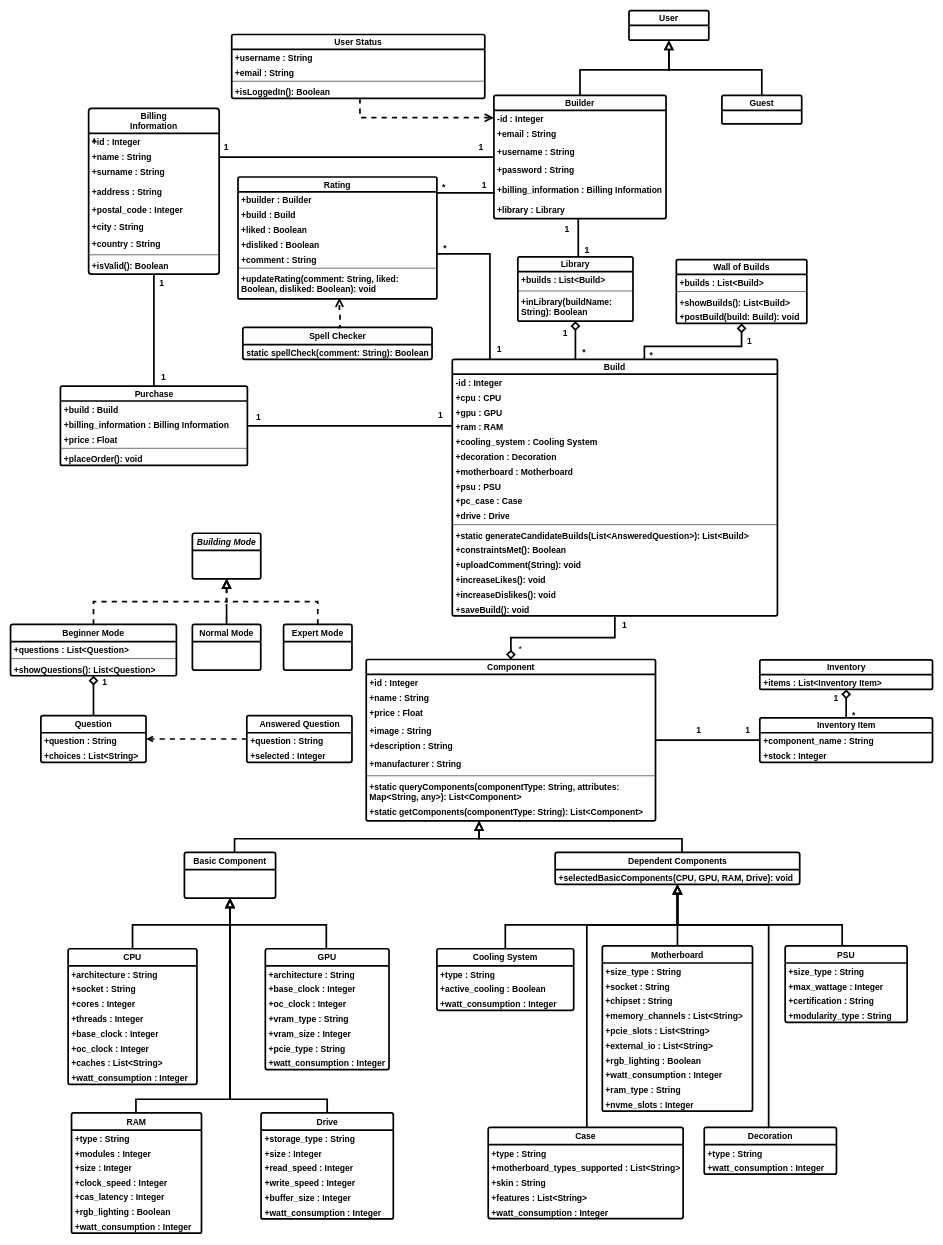
The draw.io diagram Report Files/3ο Παραδοτέο/Class Diagram v0.1/class_diagram_v0.1.drawio in mpapasterg/click-n-build, before the edit. Source tidied: cells renumbered, new cells numbered last; positions are measured from the earlier drawing's top-left corner, leaving out a move shared by most shapes. Both pictures are drawn from the tidied source at 57%, with x=0, y=0 at pixel (10, 10).
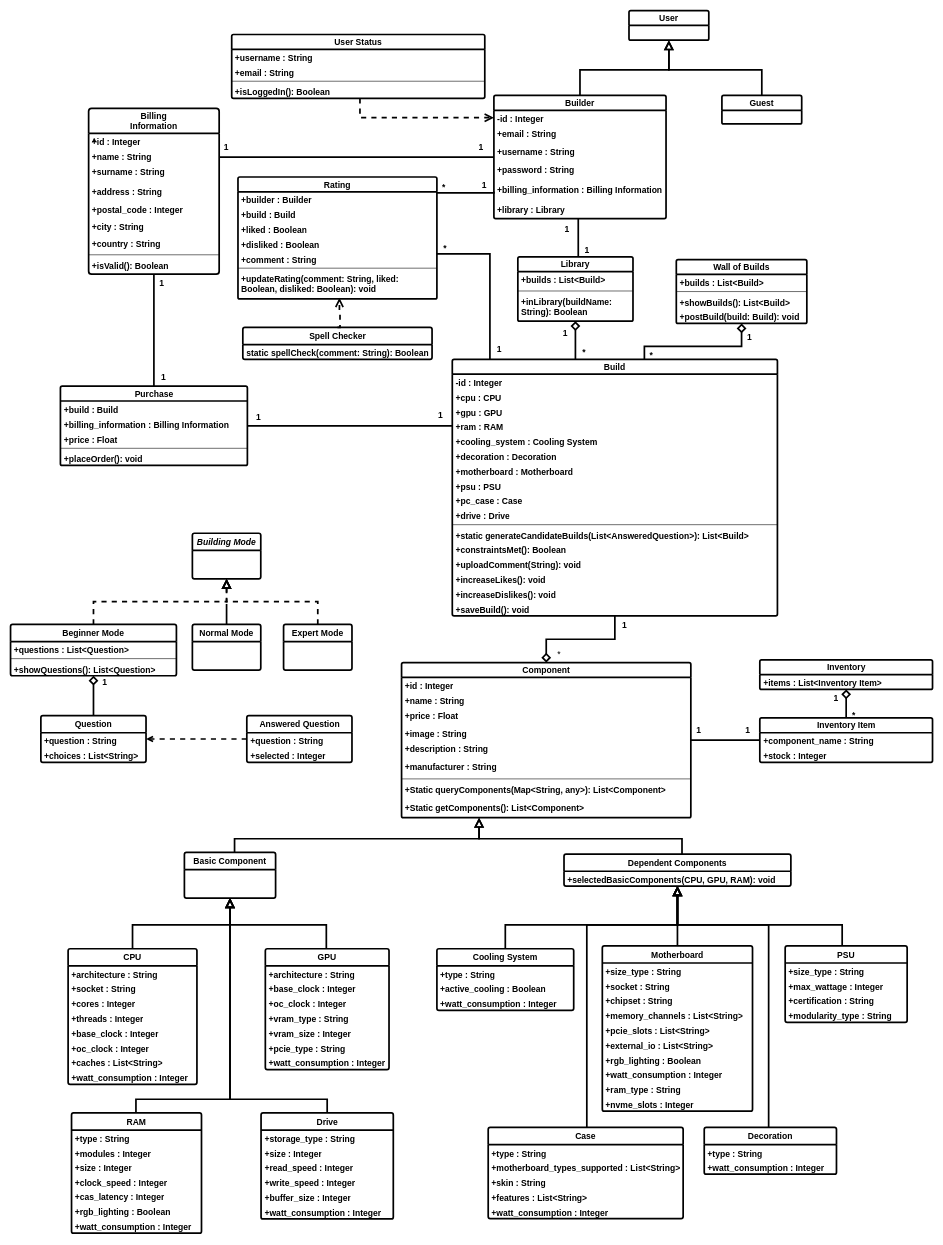
Above is the later version.

Commit message (it also covers changes not shown here):
latest versions of db and class diagram

What changed in the source:
```diff
@@
     <mxCell id="56" value="Component" style="swimlane;fontStyle=1;horizontal=1;startSize=26;fillColor=none;whiteSpace=wrap;html=1;rounded=1;shadow=0;dashed=0;strokeColor=#000000;strokeWidth=3;align=center;verticalAlign=middle;arcSize=4;fontFamily=Helvetica;fontSize=15;fontColor=#000000;labelBorderColor=none;labelBackgroundColor=none;textShadow=0;" parent="1" vertex="1">
-      <mxGeometry x="624" y="1138.5" width="507.5" height="283" as="geometry" />
+      <mxGeometry x="686" y="1144" width="507.5" height="272" as="geometry" />
     </mxCell>
@@
-    <mxCell id="64" value="+static queryComponents(componentType: String, attributes: Map&amp;lt;String, any&amp;gt;): List&amp;lt;Component&amp;gt;" style="text;strokeColor=none;fillColor=none;align=left;verticalAlign=top;spacingLeft=4;spacingRight=4;overflow=hidden;whiteSpace=wrap;html=1;fontFamily=Helvetica;fontSize=15;fontColor=#000000;fontStyle=1;labelBorderColor=none;labelBackgroundColor=none;textShadow=0;" parent="56" vertex="1">
-      <mxGeometry y="208" width="507.5" height="43" as="geometry" />
+    <mxCell id="64" value="+Static queryComponents(Map&amp;lt;String, any&amp;gt;): List&amp;lt;Component&amp;gt;" style="text;strokeColor=none;fillColor=none;align=left;verticalAlign=top;spacingLeft=4;spacingRight=4;overflow=hidden;whiteSpace=wrap;html=1;fontFamily=Helvetica;fontSize=15;fontColor=#000000;fontStyle=1;labelBorderColor=none;labelBackgroundColor=none;textShadow=0;" parent="56" vertex="1">
+      <mxGeometry y="208" width="507.5" height="32" as="geometry" />
     </mxCell>
-    <mxCell id="65" value="+static getComponents(componentType: String): List&amp;lt;Component&amp;gt;" style="text;strokeColor=none;fillColor=none;align=left;verticalAlign=top;spacingLeft=4;spacingRight=4;overflow=hidden;whiteSpace=wrap;html=1;fontFamily=Helvetica;fontSize=15;fontColor=#000000;fontStyle=1;labelBorderColor=none;labelBackgroundColor=none;textShadow=0;" parent="56" vertex="1">
-      <mxGeometry y="251" width="507.5" height="32" as="geometry" />
+    <mxCell id="65" value="+Static getComponents(): List&amp;lt;Component&amp;gt;" style="text;strokeColor=none;fillColor=none;align=left;verticalAlign=top;spacingLeft=4;spacingRight=4;overflow=hidden;whiteSpace=wrap;html=1;fontFamily=Helvetica;fontSize=15;fontColor=#000000;fontStyle=1;labelBorderColor=none;labelBackgroundColor=none;textShadow=0;" parent="56" vertex="1">
+      <mxGeometry y="240" width="507.5" height="32" as="geometry" />
     </mxCell>
@@
     <mxCell id="185" value="1" style="edgeLabel;html=1;align=center;verticalAlign=middle;fontSize=15;labelBackgroundColor=none;textShadow=0;labelBorderColor=none;fontColor=#000000;fontStyle=1;" parent="1" vertex="1">
-      <mxGeometry x="1311" y="580" as="geometry">
+      <mxGeometry x="1311" y="573" as="geometry">
         <mxPoint x="-16" y="-1" as="offset" />
       </mxGeometry>
     </mxCell>
@@
     <mxCell id="194" value="Dependent Components" style="swimlane;fontStyle=1;horizontal=1;startSize=30;whiteSpace=wrap;html=1;textShadow=0;labelBorderColor=none;strokeColor=#000000;fontColor=#000000;labelBackgroundColor=none;fillColor=none;fontSize=15;strokeWidth=3;rounded=1;shadow=0;dashed=0;align=center;verticalAlign=middle;arcSize=4;fontFamily=Helvetica;" parent="1" vertex="1">
-      <mxGeometry x="955.5" y="1477" width="429" height="56" as="geometry" />
+      <mxGeometry x="971" y="1480" width="398" height="56" as="geometry" />
     </mxCell>
-    <mxCell id="195" value="+selectedBasicComponents(CPU, GPU, RAM, Drive): void" style="text;strokeColor=none;fillColor=none;align=left;verticalAlign=top;spacingLeft=4;spacingRight=4;overflow=hidden;whiteSpace=wrap;html=1;fontFamily=Helvetica;fontSize=15;fontColor=#000000;fontStyle=1;labelBorderColor=none;labelBackgroundColor=none;textShadow=0;" parent="194" vertex="1">
-      <mxGeometry y="30" width="429" height="26" as="geometry" />
+    <mxCell id="195" value="+selectedBasicComponents(CPU, GPU, RAM): void" style="text;strokeColor=none;fillColor=none;align=left;verticalAlign=top;spacingLeft=4;spacingRight=4;overflow=hidden;whiteSpace=wrap;html=1;fontFamily=Helvetica;fontSize=15;fontColor=#000000;fontStyle=1;labelBorderColor=none;labelBackgroundColor=none;textShadow=0;" parent="194" vertex="1">
+      <mxGeometry y="30" width="398" height="26" as="geometry" />
     </mxCell>
     <mxCell id="196" value="*" style="edgeLabel;html=1;align=center;verticalAlign=middle;fontSize=15;labelBackgroundColor=none;textShadow=0;labelBorderColor=none;fontColor=#000000;fontStyle=0;" parent="1" vertex="1">
-      <mxGeometry x="918" y="1114" as="geometry">
+      <mxGeometry x="986" y="1124" as="geometry">
         <mxPoint x="-25" y="4" as="offset" />
       </mxGeometry>
     </mxCell>
```
